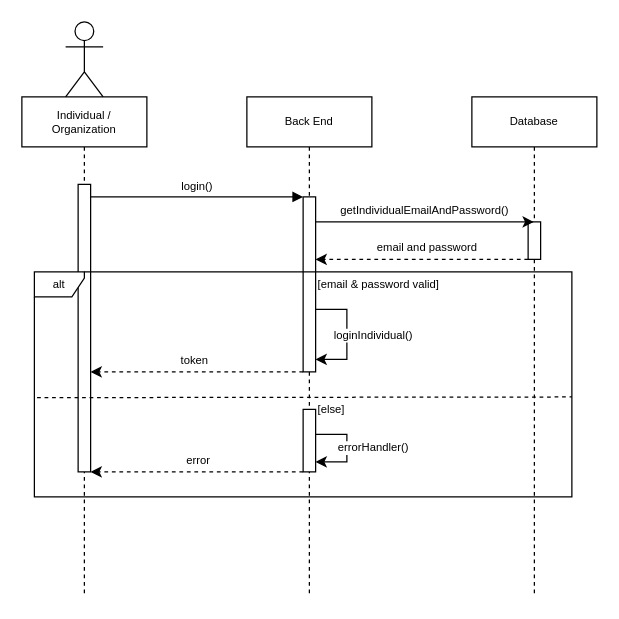
The draw.io diagram page "Login" (2 of 11) of diagram/Untitled Diagram.drawio in SeeN-Zero/foundlunteer-diagram, before the edit. Source tidied: cells renumbered, new cells numbered last; positions are measured from the earlier drawing's top-left corner, leaving out a move shared by most shapes. Both pictures are drawn from the tidied source at 125%, with x=0, y=0 at pixel (21, 21).
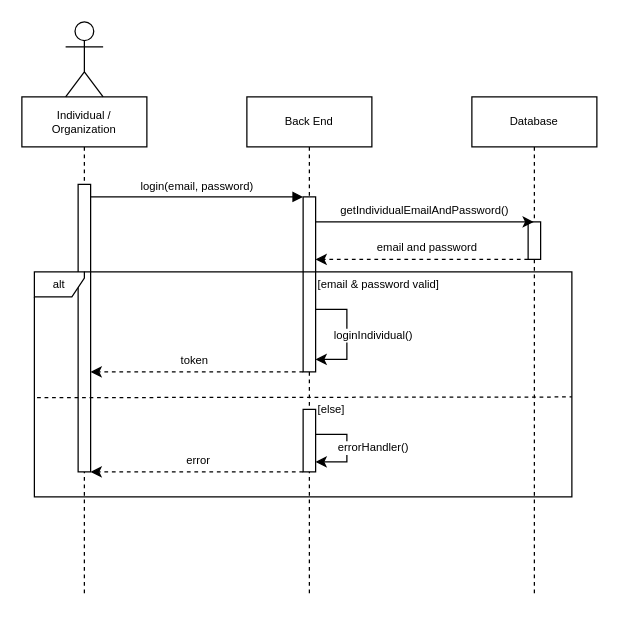
After the change.

The change refers to these unchanged cells:
```xml
<mxCell id="3" style="html=1;points=[];perimeter=orthogonalPerimeter;outlineConnect=0;targetShapes=umlLifeline;portConstraint=eastwest;newEdgeStyle={&quot;edgeStyle&quot;:&quot;elbowEdgeStyle&quot;,&quot;elbow&quot;:&quot;vertical&quot;,&quot;curved&quot;:0,&quot;rounded&quot;:0};fontSize=9;" parent="2" vertex="1">
  <mxGeometry x="45" y="70" width="10" height="230" as="geometry" />
</mxCell>
<mxCell id="5" style="html=1;points=[];perimeter=orthogonalPerimeter;outlineConnect=0;targetShapes=umlLifeline;portConstraint=eastwest;newEdgeStyle={&quot;edgeStyle&quot;:&quot;elbowEdgeStyle&quot;,&quot;elbow&quot;:&quot;vertical&quot;,&quot;curved&quot;:0,&quot;rounded&quot;:0};fontSize=9;" parent="4" vertex="1">
  <mxGeometry x="45" y="80" width="10" height="140" as="geometry" />
</mxCell>
```

What changed in the source:
```diff
@@
-    <mxCell id="8" value="login()" style="html=1;verticalAlign=bottom;endArrow=block;edgeStyle=elbowEdgeStyle;elbow=vertical;curved=0;rounded=0;fontSize=9;" parent="1" edge="1" source="3" target="5">
+    <mxCell id="8" value="login(email, password)" style="html=1;verticalAlign=bottom;endArrow=block;edgeStyle=elbowEdgeStyle;elbow=vertical;curved=0;rounded=0;fontSize=9;" parent="1" edge="1" source="3" target="5">
       <mxGeometry relative="1" as="geometry">
         <Array as="points">
           <mxPoint x="140" y="140" />
         </Array>
       </mxGeometry>
     </mxCell>
```
